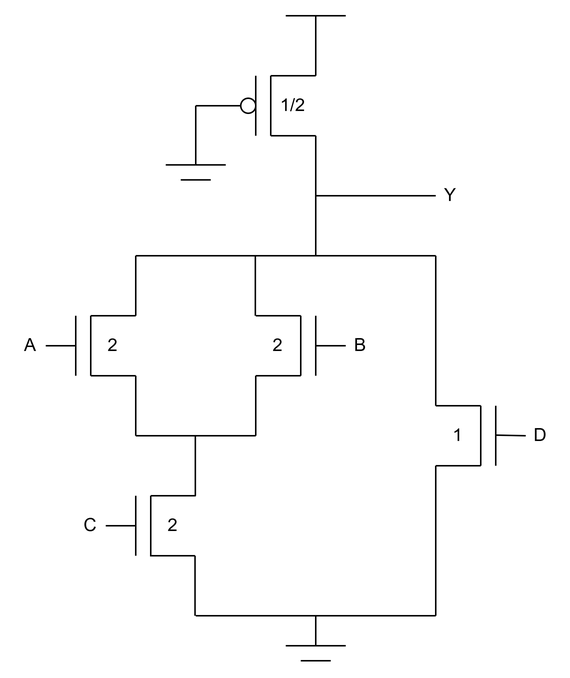
The draw.io diagram 4/images/problem2_pseudo_nmos.png in osowatzke/ECE507_HW, before a commit. Source tidied: cells renumbered, new cells last; positions are measured from the earlier drawing's top-left corner, leaving out a move shared by most shapes.
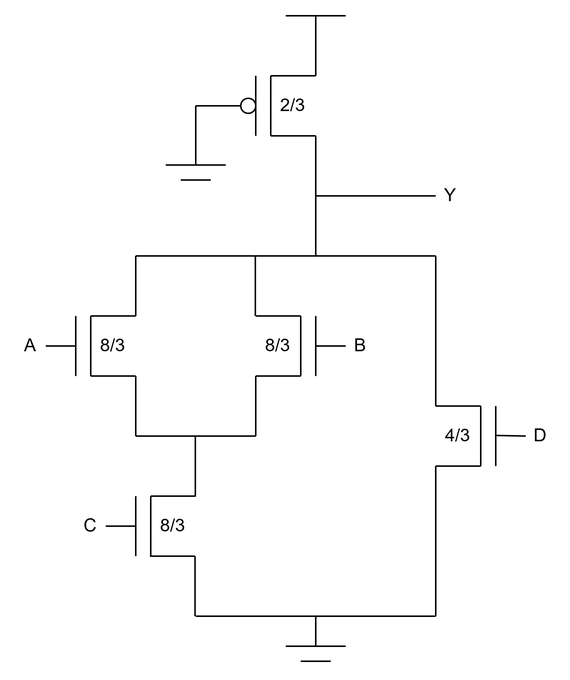
The same file after the commit.

Commit message:
Fixing bug in pseudo-nmos size ratios

What changed in the source:
```diff
@@ -77,7 +77,7 @@
         <mxPoint x="30" as="targetPoint" />
       </mxGeometry>
     </mxCell>
-    <mxCell id="16" value="2" style="text;html=1;align=center;verticalAlign=middle;whiteSpace=wrap;rounded=0;" parent="11" vertex="1">
+    <mxCell id="16" value="8/3" style="text;html=1;align=center;verticalAlign=middle;whiteSpace=wrap;rounded=0;" parent="11" vertex="1">
       <mxGeometry y="10" width="30" height="20" as="geometry" />
     </mxCell>
     <mxCell id="17" style="endArrow=none;html=1;rounded=0;" parent="1" edge="1">
@@ -227,7 +227,7 @@
         <mxPoint x="30" as="targetPoint" />
       </mxGeometry>
     </mxCell>
-    <mxCell id="44" value="1" style="text;html=1;align=center;verticalAlign=middle;whiteSpace=wrap;rounded=0;" parent="39" vertex="1">
+    <mxCell id="44" value="4/3" style="text;html=1;align=center;verticalAlign=middle;whiteSpace=wrap;rounded=0;" parent="39" vertex="1">
       <mxGeometry y="10" width="30" height="20" as="geometry" />
     </mxCell>
     <mxCell id="45" style="endArrow=none;html=1;rounded=0;" parent="1" edge="1">
@@ -316,13 +316,13 @@
         <mxPoint x="110" y="109.4" as="targetPoint" />
       </mxGeometry>
     </mxCell>
-    <mxCell id="61" value="1/2" style="text;html=1;align=center;verticalAlign=middle;whiteSpace=wrap;rounded=0;" parent="1" vertex="1">
+    <mxCell id="61" value="2/3" style="text;html=1;align=center;verticalAlign=middle;whiteSpace=wrap;rounded=0;" parent="1" vertex="1">
       <mxGeometry x="170" y="50" width="30" height="20" as="geometry" />
     </mxCell>
-    <mxCell id="62" value="2" style="text;html=1;align=center;verticalAlign=middle;whiteSpace=wrap;rounded=0;" parent="1" vertex="1">
+    <mxCell id="62" value="8/3" style="text;html=1;align=center;verticalAlign=middle;whiteSpace=wrap;rounded=0;" parent="1" vertex="1">
       <mxGeometry x="50" y="210" width="30" height="20" as="geometry" />
     </mxCell>
-    <mxCell id="63" value="2" style="text;html=1;align=center;verticalAlign=middle;whiteSpace=wrap;rounded=0;" parent="1" vertex="1">
+    <mxCell id="63" value="8/3" style="text;html=1;align=center;verticalAlign=middle;whiteSpace=wrap;rounded=0;" parent="1" vertex="1">
       <mxGeometry x="90" y="330" width="30" height="20" as="geometry" />
     </mxCell>
   </root>
```
